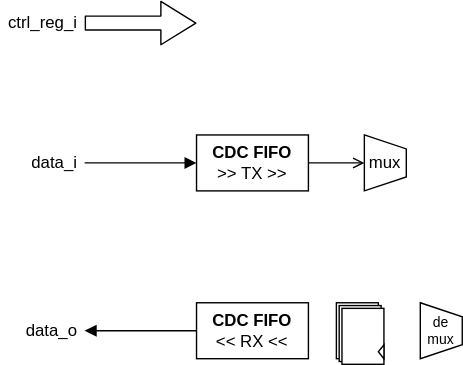
Before: doc/qspi_core.svg, a diagram exported from draw.io (ADN-VLSI/qspi). Source tidied: cells renumbered, new cells last; positions are measured from the earlier drawing's top-left corner, leaving out a move shared by most shapes.
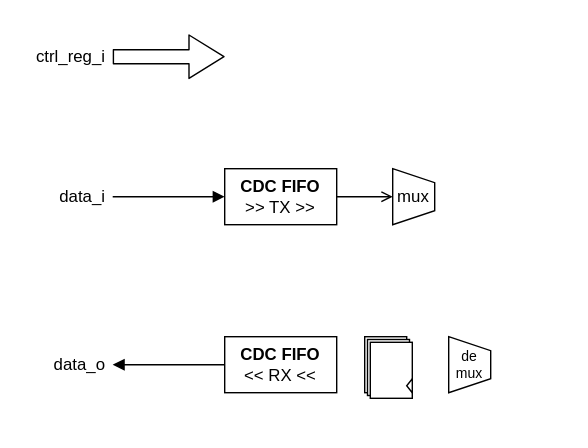
Above is the later version.

What changed in the source:
```diff
@@ -2,6 +2,9 @@
   <root>
     <mxCell id="0" />
     <mxCell id="1" parent="0" />
+    <mxCell id="17" style="whiteSpace=wrap;html=1;strokeColor=none;" parent="1" vertex="1">
+      <mxGeometry x="-20" y="-30" width="420" height="320" as="geometry" />
+    </mxCell>
     <mxCell id="2" style="edgeStyle=none;orthogonalLoop=1;jettySize=auto;html=1;shape=flexArrow;rounded=1;startSize=8;endSize=8;" parent="1" edge="1">
       <mxGeometry relative="1" as="geometry">
         <mxPoint x="60" y="10" as="sourcePoint" />
```
